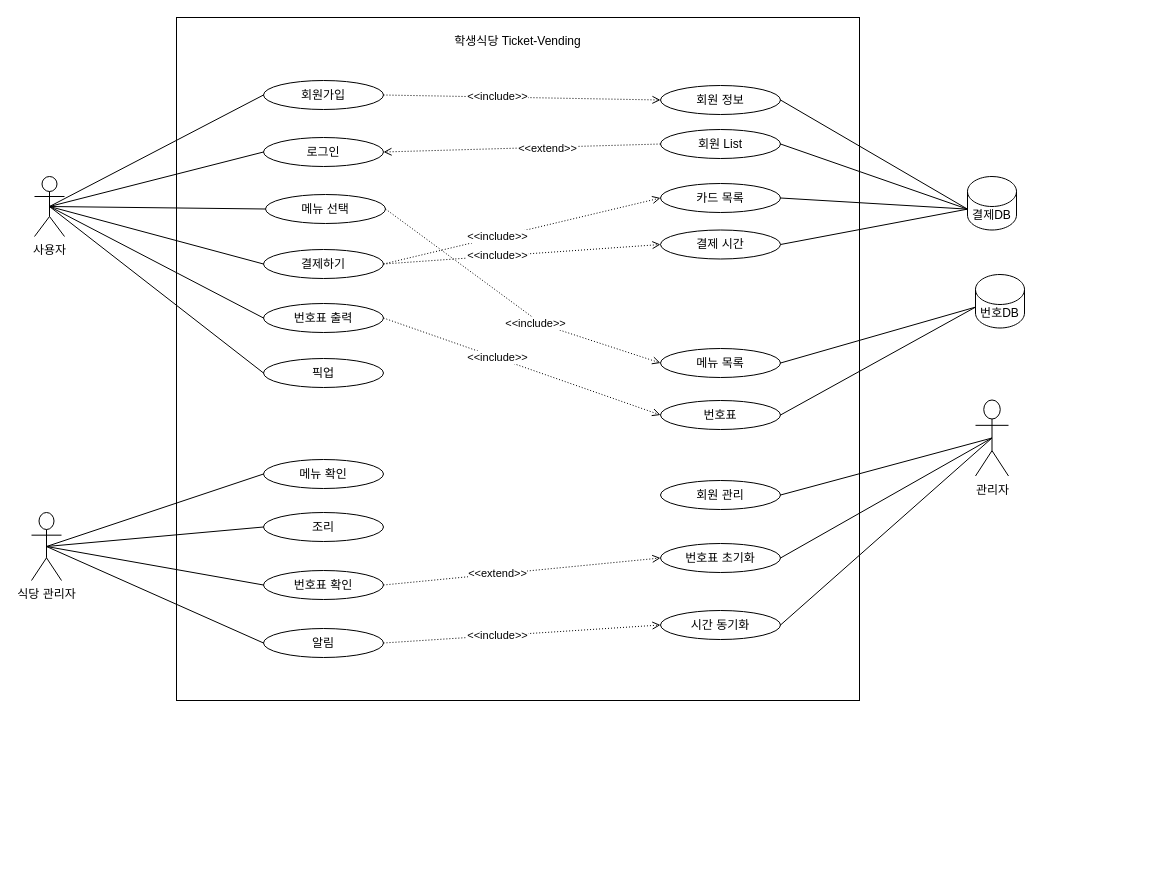
Before: Student-cafeteria.drawio in four-idiots-team/student-cafteria-ticket-vending, a draw.io diagram. Source tidied: cells renumbered, new cells numbered last; positions are measured from the earlier drawing's top-left corner, leaving out a move shared by most shapes. Both pictures are drawn from the tidied source at 100%, with x=0, y=0 at pixel (31, 17).
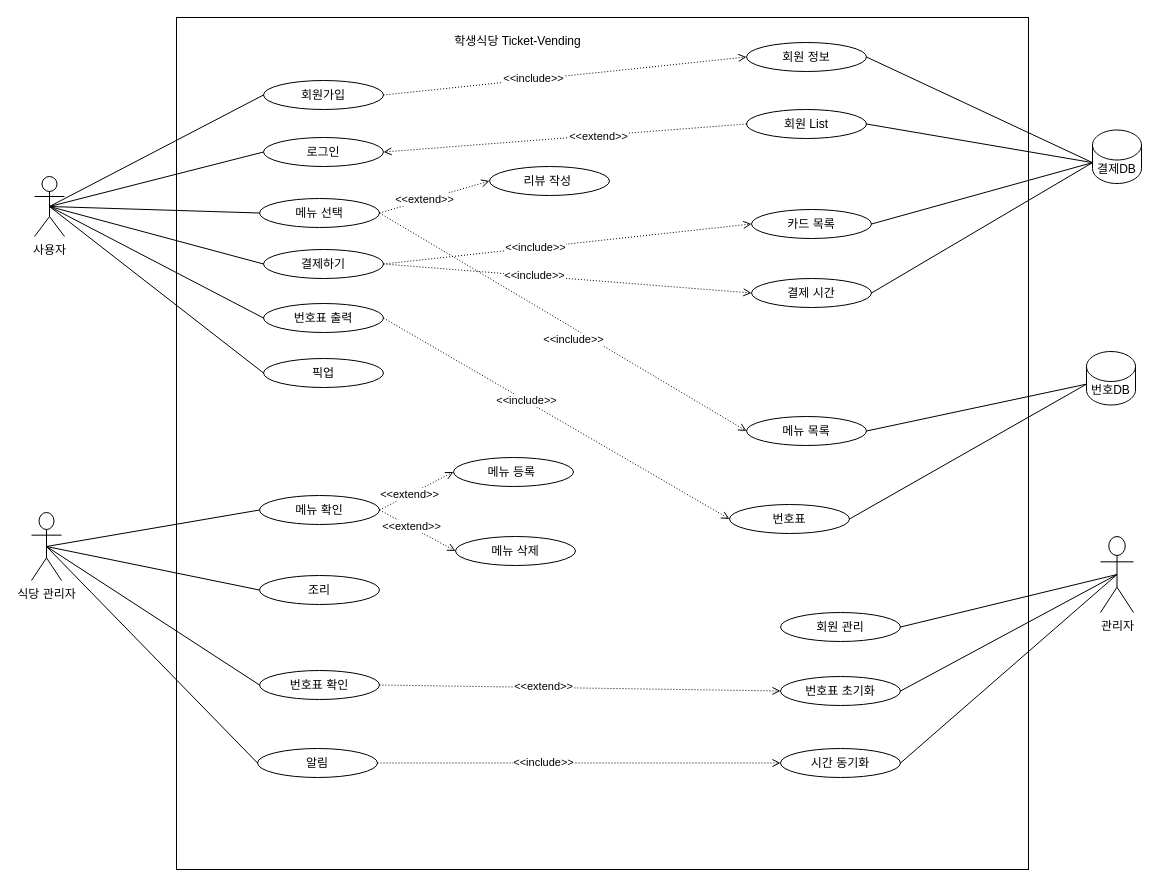
Above is the later version.

The edit, as a diff of the source:
```diff
@@
     <mxCell id="3" style="whiteSpace=wrap;html=1;" parent="1" vertex="1">
-      <mxGeometry x="145" width="683" height="683" as="geometry" />
+      <mxGeometry x="145" width="852" height="852" as="geometry" />
     </mxCell>
@@
     <mxCell id="7" value="관리자" style="shape=umlActor;verticalLabelPosition=bottom;verticalAlign=top;html=1;outlineConnect=0;" parent="1" vertex="1">
-      <mxGeometry x="944" y="382.5" width="33" height="76" as="geometry" />
+      <mxGeometry x="1069" y="519" width="33" height="76" as="geometry" />
     </mxCell>
     <mxCell id="8" value="메뉴 선택" style="ellipse;whiteSpace=wrap;html=1;" parent="1" vertex="1">
-      <mxGeometry x="234" y="177" width="120" height="29" as="geometry" />
+      <mxGeometry x="228" y="181" width="120" height="29" as="geometry" />
     </mxCell>
@@
     <mxCell id="11" value="조리" style="ellipse;whiteSpace=wrap;html=1;" parent="1" vertex="1">
-      <mxGeometry x="232" y="495" width="120" height="29" as="geometry" />
+      <mxGeometry x="228" y="558" width="120" height="29" as="geometry" />
     </mxCell>
     <mxCell id="12" value="번호표 확인" style="ellipse;whiteSpace=wrap;html=1;" parent="1" vertex="1">
-      <mxGeometry x="232" y="553" width="120" height="29" as="geometry" />
+      <mxGeometry x="228" y="653" width="120" height="29" as="geometry" />
     </mxCell>
     <mxCell id="13" value="메뉴 확인" style="ellipse;whiteSpace=wrap;html=1;" parent="1" vertex="1">
-      <mxGeometry x="232" y="442" width="120" height="29" as="geometry" />
+      <mxGeometry x="228" y="478" width="120" height="29" as="geometry" />
     </mxCell>
     <mxCell id="14" value="알림" style="ellipse;whiteSpace=wrap;html=1;" parent="1" vertex="1">
-      <mxGeometry x="232" y="611" width="120" height="29" as="geometry" />
+      <mxGeometry x="226" y="731" width="120" height="29" as="geometry" />
     </mxCell>
@@
     <mxCell id="17" value="시간 동기화" style="ellipse;whiteSpace=wrap;html=1;" parent="1" vertex="1">
-      <mxGeometry x="629" y="593" width="120" height="29" as="geometry" />
+      <mxGeometry x="749" y="731" width="120" height="29" as="geometry" />
     </mxCell>
     <mxCell id="18" value="번호표 초기화" style="ellipse;whiteSpace=wrap;html=1;" parent="1" vertex="1">
-      <mxGeometry x="629" y="526" width="120" height="29" as="geometry" />
+      <mxGeometry x="749" y="659" width="120" height="29" as="geometry" />
     </mxCell>
     <mxCell id="19" value="회원 관리" style="ellipse;whiteSpace=wrap;html=1;" parent="1" vertex="1">
-      <mxGeometry x="629" y="463" width="120" height="29" as="geometry" />
+      <mxGeometry x="749" y="595" width="120" height="29" as="geometry" />
     </mxCell>
     <mxCell id="20" value="회원 정보" style="ellipse;whiteSpace=wrap;html=1;" parent="1" vertex="1">
-      <mxGeometry x="629" y="68" width="120" height="29" as="geometry" />
+      <mxGeometry x="715" y="25" width="120" height="29" as="geometry" />
     </mxCell>
     <mxCell id="21" value="번호표" style="ellipse;whiteSpace=wrap;html=1;" parent="1" vertex="1">
-      <mxGeometry x="629" y="383" width="120" height="29" as="geometry" />
+      <mxGeometry x="698" y="487" width="120" height="29" as="geometry" />
     </mxCell>
     <mxCell id="22" value="결제 시간" style="ellipse;whiteSpace=wrap;html=1;" parent="1" vertex="1">
-      <mxGeometry x="629" y="212.5" width="120" height="29" as="geometry" />
+      <mxGeometry x="720" y="261" width="120" height="29" as="geometry" />
     </mxCell>
     <mxCell id="23" value="메뉴 목록" style="ellipse;whiteSpace=wrap;html=1;" parent="1" vertex="1">
-      <mxGeometry x="629" y="331" width="120" height="29" as="geometry" />
+      <mxGeometry x="715" y="399" width="120" height="29" as="geometry" />
     </mxCell>
     <mxCell id="24" value="카드 목록" style="ellipse;whiteSpace=wrap;html=1;" parent="1" vertex="1">
-      <mxGeometry x="629" y="166" width="120" height="29" as="geometry" />
+      <mxGeometry x="720" y="192" width="120" height="29" as="geometry" />
     </mxCell>
     <mxCell id="25" value="회원 List" style="ellipse;whiteSpace=wrap;html=1;" parent="1" vertex="1">
-      <mxGeometry x="629" y="112" width="120" height="29" as="geometry" />
+      <mxGeometry x="715" y="92" width="120" height="29" as="geometry" />
     </mxCell>
@@
     <mxCell id="43" value="결제DB" style="shape=cylinder3;whiteSpace=wrap;html=1;boundedLbl=1;backgroundOutline=1;size=15;" parent="1" vertex="1">
-      <mxGeometry x="936" y="159" width="49" height="53.5" as="geometry" />
+      <mxGeometry x="1061" y="112.5" width="49" height="53.5" as="geometry" />
     </mxCell>
@@
     <mxCell id="59" style="endArrow=open;html=1;rounded=0;dashed=1;dashPattern=1 2;endFill=0;exitX=1;exitY=0.5;exitDx=0;exitDy=0;entryX=0;entryY=0.5;entryDx=0;entryDy=0;" parent="1" edge="1" source="8" target="23">
-      <mxGeometry relative="1" as="geometry">
-        <Array as="points">
-          <mxPoint x="511" y="307" />
-        </Array>
-      </mxGeometry>
+      <mxGeometry relative="1" as="geometry" />
     </mxCell>
@@
     <mxCell id="63" value="번호DB" style="shape=cylinder3;whiteSpace=wrap;html=1;boundedLbl=1;backgroundOutline=1;size=15;" parent="1" vertex="1">
-      <mxGeometry x="944" y="257" width="49" height="53.5" as="geometry" />
+      <mxGeometry x="1055" y="334" width="49" height="53.5" as="geometry" />
     </mxCell>
+    <mxCell id="64" style="edgeStyle=orthogonalEdgeStyle;rounded=0;orthogonalLoop=1;jettySize=auto;html=1;exitX=0.5;exitY=1;exitDx=0;exitDy=0;" parent="1" edge="1" source="17" target="17">
+      <mxGeometry relative="1" as="geometry" />
+    </mxCell>
+    <mxCell id="65" value="메뉴 등록&amp;nbsp;" style="ellipse;whiteSpace=wrap;html=1;" parent="1" vertex="1">
+      <mxGeometry x="422" y="440" width="120" height="29" as="geometry" />
+    </mxCell>
+    <mxCell id="66" value="메뉴 삭제" style="ellipse;whiteSpace=wrap;html=1;" parent="1" vertex="1">
+      <mxGeometry x="424" y="519" width="120" height="29" as="geometry" />
+    </mxCell>
+    <mxCell id="67" style="edgeStyle=orthogonalEdgeStyle;rounded=0;orthogonalLoop=1;jettySize=auto;html=1;exitX=0.5;exitY=1;exitDx=0;exitDy=0;" parent="1" edge="1" source="20" target="20">
+      <mxGeometry relative="1" as="geometry" />
+    </mxCell>
+    <mxCell id="68" value="리뷰 작성&amp;nbsp;" style="ellipse;whiteSpace=wrap;html=1;" parent="1" vertex="1">
+      <mxGeometry x="458" y="149" width="120" height="29" as="geometry" />
+    </mxCell>
+    <mxCell id="69" style="endArrow=open;html=1;rounded=0;dashed=1;dashPattern=1 2;endFill=0;exitX=1;exitY=0.5;exitDx=0;exitDy=0;entryX=0;entryY=0.5;entryDx=0;entryDy=0;" parent="1" edge="1" source="8" target="68">
+      <mxGeometry relative="1" as="geometry" />
+    </mxCell>
+    <mxCell id="70" value="&amp;lt;&amp;lt;extend&amp;gt;&amp;gt;" style="edgeLabel;html=1;align=center;verticalAlign=middle;" parent="69" vertex="1">
+      <mxGeometry x="-0.18" y="1" relative="1" as="geometry" />
+    </mxCell>
+    <mxCell id="71" style="endArrow=open;html=1;rounded=0;dashed=1;dashPattern=1 2;endFill=0;exitX=1;exitY=0.5;exitDx=0;exitDy=0;entryX=0;entryY=0.5;entryDx=0;entryDy=0;" parent="1" edge="1" source="13" target="65">
+      <mxGeometry relative="1" as="geometry" />
+    </mxCell>
+    <mxCell id="72" value="&amp;lt;&amp;lt;extend&amp;gt;&amp;gt;" style="edgeLabel;html=1;align=center;verticalAlign=middle;" parent="71" vertex="1">
+      <mxGeometry x="-0.18" y="1" relative="1" as="geometry" />
+    </mxCell>
+    <mxCell id="73" style="endArrow=open;html=1;rounded=0;dashed=1;dashPattern=1 2;endFill=0;exitX=1;exitY=0.5;exitDx=0;exitDy=0;entryX=0;entryY=0.5;entryDx=0;entryDy=0;" parent="1" edge="1" source="13" target="66">
+      <mxGeometry relative="1" as="geometry" />
+    </mxCell>
+    <mxCell id="74" value="&amp;lt;&amp;lt;extend&amp;gt;&amp;gt;" style="edgeLabel;html=1;align=center;verticalAlign=middle;" parent="73" vertex="1">
+      <mxGeometry x="-0.18" y="1" relative="1" as="geometry" />
+    </mxCell>
```
